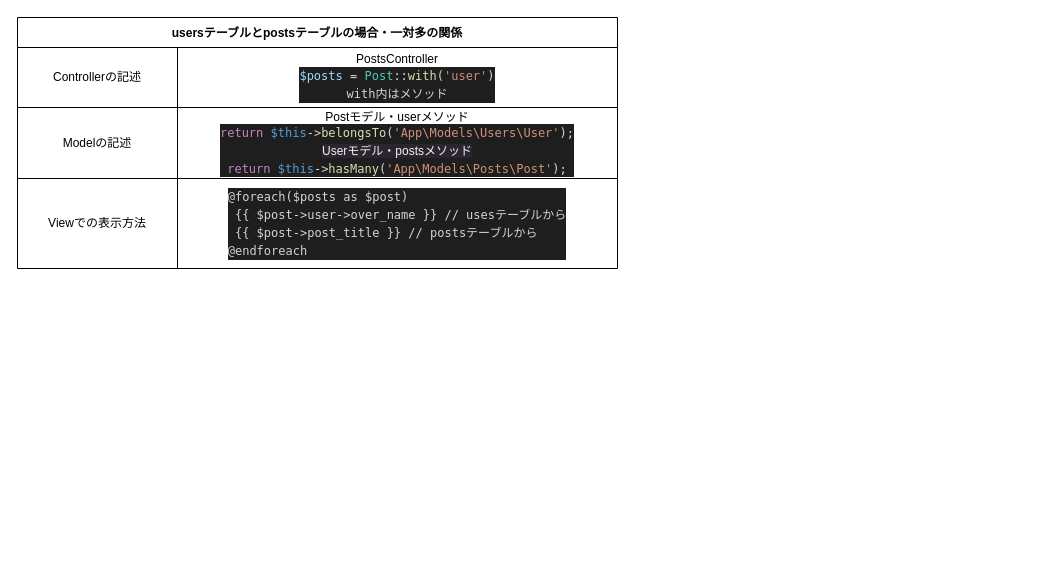
This is page "foreach複数問題" (5 of 5) of compass.dio from I-Kouta/compass, a draw.io file, before an edit. Source tidied: cells renumbered, new cells numbered last; positions are measured from the earlier drawing's top-left corner, leaving out a move shared by most shapes. Both pictures are drawn from the tidied source at 100%, with x=0, y=0 at pixel (17, 17).
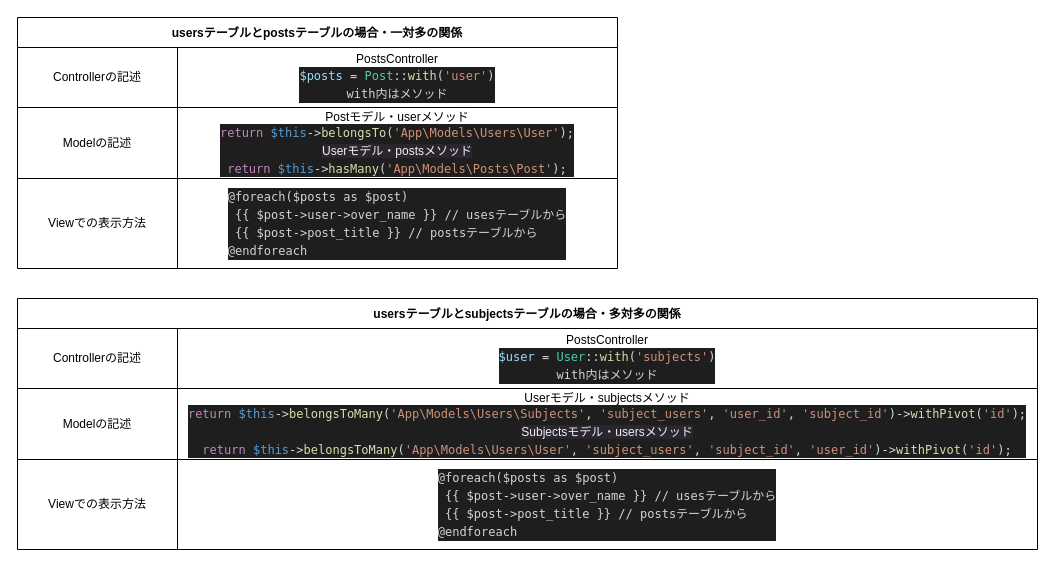
The same diagram, later.

Commit message:
多対多のテーブルのメモです

Diff of the diagram source:
```diff
@@
+    <mxCell id="13" value="usersテーブルとsubjectsテーブルの場合・多対多の関係" style="shape=table;startSize=30;childLayout=tableLayout;fontStyle=1;align=center;" parent="1" vertex="1">
+      <mxGeometry y="281" width="1020" height="251" as="geometry" />
+    </mxCell>
+    <mxCell id="14" style="shape=tableRow;horizontal=0;startSize=0;swimlaneHead=0;swimlaneBody=0;top=0;left=0;bottom=0;right=0;fillColor=none;" parent="13" vertex="1">
+      <mxGeometry y="30" width="1020" height="60" as="geometry" />
+    </mxCell>
+    <mxCell id="15" value="&lt;span style=&quot;&quot;&gt;Controllerの記述&lt;/span&gt;" style="shape=partialRectangle;html=1;whiteSpace=wrap;fillColor=none;top=0;left=0;bottom=0;right=0;overflow=hidden;" parent="14" vertex="1">
+      <mxGeometry width="160" height="60" as="geometry" />
+    </mxCell>
+    <mxCell id="16" value="&lt;span style=&quot;&quot;&gt;PostsController&lt;/span&gt;&lt;br style=&quot;&quot;&gt;&lt;div style=&quot;background-color: rgb(30, 30, 30); font-family: Menlo, Monaco, &amp;quot;Courier New&amp;quot;, monospace; line-height: 18px;&quot;&gt;&lt;span style=&quot;color: rgb(212, 212, 212);&quot;&gt;&lt;span style=&quot;color: rgb(156, 220, 254);&quot;&gt;$user&lt;/span&gt;&amp;nbsp;= &lt;/span&gt;&lt;font color=&quot;#4ec9b0&quot;&gt;User&lt;/font&gt;&lt;font color=&quot;#d4d4d4&quot;&gt;::&lt;/font&gt;&lt;span style=&quot;color: rgb(220, 220, 170);&quot;&gt;with&lt;/span&gt;&lt;font color=&quot;#d4d4d4&quot;&gt;(&lt;/font&gt;&lt;span style=&quot;color: rgb(206, 145, 120);&quot;&gt;'&lt;/span&gt;&lt;span style=&quot;color: rgb(206, 145, 120);&quot;&gt;subjects&lt;/span&gt;&lt;span style=&quot;color: rgb(206, 145, 120);&quot;&gt;'&lt;/span&gt;&lt;font color=&quot;#d4d4d4&quot;&gt;)&lt;/font&gt;&lt;/div&gt;&lt;div style=&quot;color: rgb(212, 212, 212); background-color: rgb(30, 30, 30); font-family: Menlo, Monaco, &amp;quot;Courier New&amp;quot;, monospace; line-height: 18px;&quot;&gt;with内はメソッド&lt;/div&gt;" style="shape=partialRectangle;html=1;whiteSpace=wrap;fillColor=none;top=0;left=0;bottom=0;right=0;overflow=hidden;" parent="14" vertex="1">
+      <mxGeometry x="160" width="860" height="60" as="geometry" />
+    </mxCell>
+    <mxCell id="17" style="shape=tableRow;horizontal=0;startSize=0;swimlaneHead=0;swimlaneBody=0;top=0;left=0;bottom=0;right=0;fillColor=none;" parent="13" vertex="1">
+      <mxGeometry y="90" width="1020" height="71" as="geometry" />
+    </mxCell>
+    <mxCell id="18" value="&lt;span style=&quot;&quot;&gt;Modelの記述&lt;/span&gt;" style="shape=partialRectangle;html=1;whiteSpace=wrap;fillColor=none;top=0;left=0;bottom=0;right=0;overflow=hidden;" parent="17" vertex="1">
+      <mxGeometry width="160" height="71" as="geometry" />
+    </mxCell>
+    <mxCell id="19" value="&lt;span style=&quot;&quot;&gt;Userモデル・subjectsメソッド&lt;/span&gt;&lt;br style=&quot;&quot;&gt;&lt;div style=&quot;color: rgb(212, 212, 212); background-color: rgb(30, 30, 30); font-family: Menlo, Monaco, &amp;quot;Courier New&amp;quot;, monospace; line-height: 18px;&quot;&gt;&lt;div style=&quot;line-height: 18px;&quot;&gt;&lt;div style=&quot;line-height: 18px;&quot;&gt;&lt;span style=&quot;color: #c586c0;&quot;&gt;return&lt;/span&gt; &lt;span style=&quot;color: #569cd6;&quot;&gt;$this&lt;/span&gt;-&amp;gt;&lt;span style=&quot;color: #dcdcaa;&quot;&gt;belongsToMany&lt;/span&gt;(&lt;span style=&quot;color: #ce9178;&quot;&gt;'App\Models\Users\Subjects'&lt;/span&gt;, &lt;span style=&quot;color: #ce9178;&quot;&gt;'subject_users'&lt;/span&gt;, &lt;span style=&quot;color: #ce9178;&quot;&gt;'user_id'&lt;/span&gt;, &lt;span style=&quot;color: #ce9178;&quot;&gt;'subject_id'&lt;/span&gt;)-&amp;gt;&lt;span style=&quot;color: #dcdcaa;&quot;&gt;withPivot&lt;/span&gt;(&lt;span style=&quot;color: #ce9178;&quot;&gt;'id'&lt;/span&gt;);&lt;/div&gt;&lt;/div&gt;&lt;div style=&quot;line-height: 18px;&quot;&gt;&lt;span style=&quot;color: rgb(240, 240, 240); font-family: Helvetica; background-color: rgb(42, 37, 47);&quot;&gt;Subjectsモデル・usersメソッド&lt;/span&gt;&lt;br style=&quot;color: rgb(240, 240, 240); font-family: Helvetica; background-color: rgb(42, 37, 47);&quot;&gt;&lt;div style=&quot;line-height: 18px;&quot;&gt;&lt;div style=&quot;line-height: 18px;&quot;&gt;&lt;div style=&quot;line-height: 18px;&quot;&gt;&lt;div style=&quot;line-height: 18px;&quot;&gt;&lt;span style=&quot;color: #c586c0;&quot;&gt;return&lt;/span&gt; &lt;span style=&quot;color: #569cd6;&quot;&gt;$this&lt;/span&gt;-&amp;gt;&lt;span style=&quot;color: #dcdcaa;&quot;&gt;belongsToMany&lt;/span&gt;(&lt;span style=&quot;color: #ce9178;&quot;&gt;'App\Models\Users\User'&lt;/span&gt;, &lt;span style=&quot;color: #ce9178;&quot;&gt;'subject_users'&lt;/span&gt;, &lt;span style=&quot;color: #ce9178;&quot;&gt;'subject_id'&lt;/span&gt;, &lt;span style=&quot;color: #ce9178;&quot;&gt;'user_id'&lt;/span&gt;)-&amp;gt;&lt;span style=&quot;color: #dcdcaa;&quot;&gt;withPivot&lt;/span&gt;(&lt;span style=&quot;color: #ce9178;&quot;&gt;'id'&lt;/span&gt;);&lt;/div&gt;&lt;/div&gt;&lt;/div&gt;&lt;/div&gt;&lt;/div&gt;&lt;/div&gt;" style="shape=partialRectangle;html=1;whiteSpace=wrap;fillColor=none;top=0;left=0;bottom=0;right=0;overflow=hidden;" parent="17" vertex="1">
+      <mxGeometry x="160" width="860" height="71" as="geometry" />
+    </mxCell>
+    <mxCell id="20" style="shape=tableRow;horizontal=0;startSize=0;swimlaneHead=0;swimlaneBody=0;top=0;left=0;bottom=0;right=0;fillColor=none;" parent="13" vertex="1">
+      <mxGeometry y="161" width="1020" height="90" as="geometry" />
+    </mxCell>
+    <mxCell id="21" value="&lt;span style=&quot;&quot;&gt;Viewでの表示方法&lt;/span&gt;" style="shape=partialRectangle;html=1;whiteSpace=wrap;fillColor=none;top=0;left=0;bottom=0;right=0;overflow=hidden;" parent="20" vertex="1">
+      <mxGeometry width="160" height="90" as="geometry" />
+    </mxCell>
+    <mxCell id="22" value="&lt;div style=&quot;text-align: left; color: rgb(212, 212, 212); background-color: rgb(30, 30, 30); font-family: Menlo, Monaco, &amp;quot;Courier New&amp;quot;, monospace; line-height: 18px;&quot;&gt;@foreach($posts as $post)&lt;/div&gt;&lt;div style=&quot;text-align: left; color: rgb(212, 212, 212); background-color: rgb(30, 30, 30); font-family: Menlo, Monaco, &amp;quot;Courier New&amp;quot;, monospace; line-height: 18px;&quot;&gt;&amp;nbsp;{{ $post-&amp;gt;user-&amp;gt;over_name }} // usesテーブルから&lt;/div&gt;&lt;div style=&quot;text-align: left; color: rgb(212, 212, 212); background-color: rgb(30, 30, 30); font-family: Menlo, Monaco, &amp;quot;Courier New&amp;quot;, monospace; line-height: 18px;&quot;&gt;&amp;nbsp;{{ $post-&amp;gt;post_title }} // postsテーブルから&lt;/div&gt;&lt;div style=&quot;text-align: left; color: rgb(212, 212, 212); background-color: rgb(30, 30, 30); font-family: Menlo, Monaco, &amp;quot;Courier New&amp;quot;, monospace; line-height: 18px;&quot;&gt;@endforeach&lt;/div&gt;" style="shape=partialRectangle;html=1;whiteSpace=wrap;fillColor=none;top=0;left=0;bottom=0;right=0;overflow=hidden;" parent="20" vertex="1">
+      <mxGeometry x="160" width="860" height="90" as="geometry" />
+    </mxCell>
```
